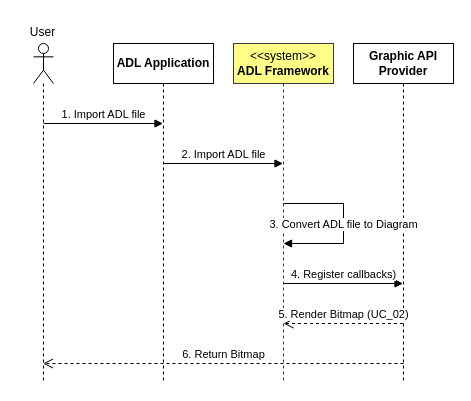
This is drawio/ImportADLfile.drawio from phunm211/SW-Associate-Architecture, a draw.io file, before an edit. Source tidied: cells renumbered, new cells numbered last; positions are measured from the earlier drawing's top-left corner, leaving out a move shared by most shapes. Both pictures are drawn from the tidied source at 100%, with x=0, y=0 at pixel (17, 17).
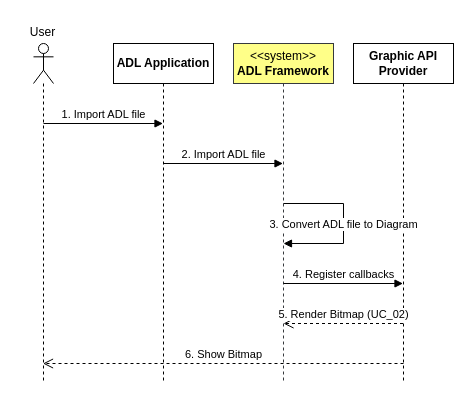
Above is the later version.

What changed in the source:
```diff
@@
 <mxGraphModel>
   <root>
     <mxCell id="0" />
     <mxCell id="1" parent="0" />
     <mxCell id="2" style="shape=umlLifeline;perimeter=lifelinePerimeter;whiteSpace=wrap;html=1;newEdgeStyle={&quot;curved&quot;:0,&quot;rounded&quot;:0};participant=umlActor;" parent="1" vertex="1">
       <mxGeometry x="16" y="26" width="20" height="340" as="geometry" />
     </mxCell>
     <mxCell id="3" value="ADL Application" style="shape=umlLifeline;perimeter=lifelinePerimeter;whiteSpace=wrap;html=1;outlineConnect=0;portConstraint=eastwest;newEdgeStyle={&quot;curved&quot;:0,&quot;rounded&quot;:0};fontStyle=1;" parent="1" vertex="1">
       <mxGeometry x="96" y="26" width="100" height="340" as="geometry" />
     </mxCell>
     <mxCell id="4" value="&amp;lt;&amp;lt;system&amp;gt;&amp;gt;&lt;br&gt;&lt;b&gt;ADL Framework&lt;/b&gt;" style="shape=umlLifeline;perimeter=lifelinePerimeter;whiteSpace=wrap;html=1;outlineConnect=0;portConstraint=eastwest;newEdgeStyle={&quot;curved&quot;:0,&quot;rounded&quot;:0};fillColor=#ffff88;strokeColor=#36393d;" parent="1" vertex="1">
       <mxGeometry x="216" y="26" width="100" height="340" as="geometry" />
     </mxCell>
     <mxCell id="5" value="&lt;b&gt;Graphic API Provider&lt;/b&gt;" style="shape=umlLifeline;perimeter=lifelinePerimeter;whiteSpace=wrap;html=1;outlineConnect=0;portConstraint=eastwest;newEdgeStyle={&quot;curved&quot;:0,&quot;rounded&quot;:0};" parent="1" vertex="1">
       <mxGeometry x="336" y="26" width="100" height="340" as="geometry" />
     </mxCell>
     <mxCell id="6" value="User" style="text;html=1;align=center;verticalAlign=middle;strokeColor=none;fillColor=none;" parent="1" vertex="1">
       <mxGeometry width="50" height="30" as="geometry" />
     </mxCell>
     <mxCell id="7" value="1. Import ADL file" style="html=1;verticalAlign=bottom;endArrow=block;curved=0;rounded=0;" parent="1" edge="1" target="3">
       <mxGeometry relative="1" as="geometry">
         <mxPoint x="26" y="106" as="sourcePoint" />
       </mxGeometry>
     </mxCell>
     <mxCell id="8" value="2. Import ADL file" style="html=1;verticalAlign=bottom;endArrow=block;curved=0;rounded=0;" parent="1" edge="1" target="4">
       <mxGeometry relative="1" as="geometry">
         <mxPoint x="146" y="146" as="sourcePoint" />
       </mxGeometry>
     </mxCell>
     <mxCell id="9" value="3. Convert ADL file to Diagram" style="html=1;verticalAlign=bottom;endArrow=block;rounded=0;edgeStyle=elbowEdgeStyle;" parent="1" edge="1">
       <mxGeometry x="0.12" relative="1" as="geometry">
         <mxPoint x="266" y="186" as="sourcePoint" />
         <mxPoint x="266" y="226" as="targetPoint" />
         <Array as="points">
           <mxPoint x="326" y="206" />
         </Array>
       </mxGeometry>
     </mxCell>
-    <mxCell id="10" value="4. Register callbacks)" style="html=1;verticalAlign=bottom;endArrow=block;curved=0;rounded=0;" parent="1" edge="1" target="5">
+    <mxCell id="10" value="4. Register callbacks" style="html=1;verticalAlign=bottom;endArrow=block;curved=0;rounded=0;" parent="1" edge="1" target="5">
       <mxGeometry relative="1" as="geometry">
         <mxPoint x="266" y="266" as="sourcePoint" />
       </mxGeometry>
     </mxCell>
-    <mxCell id="11" value="6. Return Bitmap" style="html=1;verticalAlign=bottom;endArrow=open;dashed=1;endSize=8;curved=0;rounded=0;" parent="1" edge="1">
+    <mxCell id="11" value="6. Show Bitmap" style="html=1;verticalAlign=bottom;endArrow=open;dashed=1;endSize=8;curved=0;rounded=0;" parent="1" edge="1">
       <mxGeometry relative="1" as="geometry">
         <mxPoint x="386" y="346" as="sourcePoint" />
         <mxPoint x="25.5" y="346" as="targetPoint" />
       </mxGeometry>
     </mxCell>
     <mxCell id="12" value="5. Render Bitmap (UC_02)" style="html=1;verticalAlign=bottom;endArrow=open;dashed=1;endSize=8;curved=0;rounded=0;" parent="1" edge="1" source="5">
       <mxGeometry relative="1" as="geometry">
         <mxPoint x="266" y="306" as="targetPoint" />
       </mxGeometry>
     </mxCell>
   </root>
 </mxGraphModel>
```
